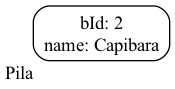
Earlier version of the Graphviz export Proyecto1/reports/pile.png (marcosbondel/IPC2_ProyectoVD2024_202202410). Its source is kept beside it as Proyecto1/dot_reports/pile.dot. The source it was exported from:
```dot
digraph G {
            rankdir=LR;
            node[shape=Mrecord];
        Pila[xlabel="Pila" label="bId: 2\nname: Capibara\n"];
}
```
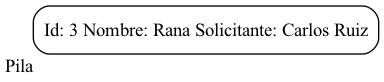
The same diagram one commit later.

Diff of the diagram source:
```diff
@@ -1,5 +1,7 @@
 digraph G {
             rankdir=LR;
             node[shape=Mrecord];
-        Pila[xlabel="Pila" label="bId: 2\nname: Capibara\n"];
+        Pila[xlabel="Pila" label="Id: 3
+ Nombre: Rana
+ Solicitante: Carlos Ruiz"];
 }
```
